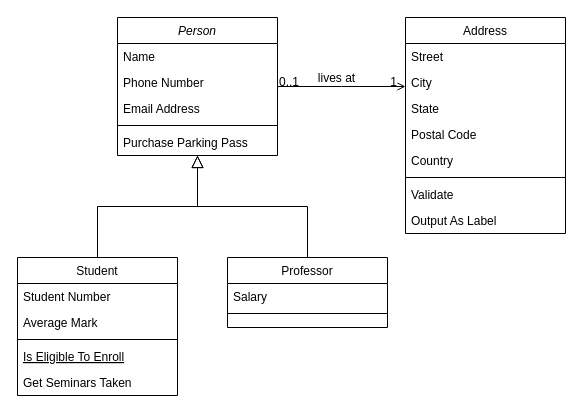
The draw.io diagram Untitled Diagram.drawio in FotieMConstant/dev-around, before the edit. Source tidied: cells renumbered, new cells numbered last; positions are measured from the earlier drawing's top-left corner, leaving out a move shared by most shapes. Both pictures are drawn from the tidied source at 100%, with x=0, y=0 at pixel (17, 17).
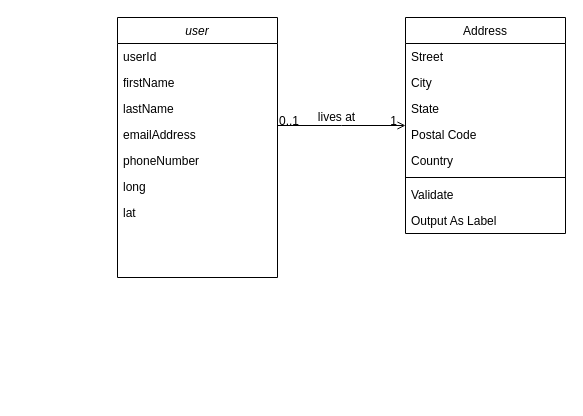
The same page after the edit.

Commit message:
dev-around Diagram.drawio

What changed in the source:
```diff
@@
-    <mxCell id="2" value="Person" style="swimlane;fontStyle=2;align=center;verticalAlign=top;horizontal=1;startSize=26;rounded=0;shadow=0;strokeWidth=1;" parent="1" vertex="1">
-      <mxGeometry x="100" width="160" height="138" as="geometry" />
+    <mxCell id="2" value="user" style="swimlane;fontStyle=2;align=center;verticalAlign=top;horizontal=1;startSize=26;rounded=0;shadow=0;strokeWidth=1;" parent="1" vertex="1">
+      <mxGeometry x="100" width="160" height="260" as="geometry" />
     </mxCell>
-    <mxCell id="3" value="Name" style="text;align=left;verticalAlign=top;spacingLeft=4;spacingRight=4;overflow=hidden;" parent="2" vertex="1">
+    <mxCell id="3" value="userId" style="text;align=left;verticalAlign=top;spacingLeft=4;spacingRight=4;overflow=hidden;" parent="2" vertex="1">
       <mxGeometry y="26" width="160" height="26" as="geometry" />
     </mxCell>
+    <mxCell id="32" value="firstName" style="text;align=left;verticalAlign=top;spacingLeft=4;spacingRight=4;overflow=hidden;" parent="2" vertex="1">
+      <mxGeometry y="52" width="160" height="26" as="geometry" />
+    </mxCell>
-    <mxCell id="4" value="Phone Number" style="text;align=left;verticalAlign=top;spacingLeft=4;spacingRight=4;overflow=hidden;rounded=0;shadow=0;html=0;" parent="2" vertex="1">
-      <mxGeometry y="52" width="160" height="26" as="geometry" />
+    <mxCell id="4" value="lastName" style="text;align=left;verticalAlign=top;spacingLeft=4;spacingRight=4;overflow=hidden;rounded=0;shadow=0;html=0;" parent="2" vertex="1">
+      <mxGeometry y="78" width="160" height="26" as="geometry" />
     </mxCell>
-    <mxCell id="5" value="Email Address" style="text;align=left;verticalAlign=top;spacingLeft=4;spacingRight=4;overflow=hidden;rounded=0;shadow=0;html=0;" parent="2" vertex="1">
-      <mxGeometry y="78" width="160" height="26" as="geometry" />
+    <mxCell id="5" value="emailAddress" style="text;align=left;verticalAlign=top;spacingLeft=4;spacingRight=4;overflow=hidden;rounded=0;shadow=0;html=0;" parent="2" vertex="1">
+      <mxGeometry y="104" width="160" height="26" as="geometry" />
     </mxCell>
-    <mxCell id="6" style="line;html=1;strokeWidth=1;align=left;verticalAlign=middle;spacingTop=-1;spacingLeft=3;spacingRight=3;labelPosition=right;" parent="2" vertex="1">
-      <mxGeometry y="104" width="160" height="8" as="geometry" />
-    </mxCell>
-    <mxCell id="7" value="Purchase Parking Pass" style="text;align=left;verticalAlign=top;spacingLeft=4;spacingRight=4;overflow=hidden;" parent="2" vertex="1">
-      <mxGeometry y="112" width="160" height="26" as="geometry" />
-    </mxCell>
-    <mxCell id="8" value="Student" style="swimlane;fontStyle=0;align=center;verticalAlign=top;horizontal=1;startSize=26;rounded=0;shadow=0;strokeWidth=1;" parent="1" vertex="1">
-      <mxGeometry y="240" width="160" height="138" as="geometry" />
-    </mxCell>
-    <mxCell id="9" value="Student Number" style="text;align=left;verticalAlign=top;spacingLeft=4;spacingRight=4;overflow=hidden;" parent="8" vertex="1">
-      <mxGeometry y="26" width="160" height="26" as="geometry" />
-    </mxCell>
-    <mxCell id="10" value="Average Mark" style="text;align=left;verticalAlign=top;spacingLeft=4;spacingRight=4;overflow=hidden;rounded=0;shadow=0;html=0;" parent="8" vertex="1">
-      <mxGeometry y="52" width="160" height="26" as="geometry" />
-    </mxCell>
-    <mxCell id="11" style="line;html=1;strokeWidth=1;align=left;verticalAlign=middle;spacingTop=-1;spacingLeft=3;spacingRight=3;labelPosition=right;" parent="8" vertex="1">
-      <mxGeometry y="78" width="160" height="8" as="geometry" />
-    </mxCell>
-    <mxCell id="12" value="Is Eligible To Enroll" style="text;align=left;verticalAlign=top;spacingLeft=4;spacingRight=4;overflow=hidden;fontStyle=4;" parent="8" vertex="1">
-      <mxGeometry y="86" width="160" height="26" as="geometry" />
-    </mxCell>
-    <mxCell id="13" value="Get Seminars Taken" style="text;align=left;verticalAlign=top;spacingLeft=4;spacingRight=4;overflow=hidden;" parent="8" vertex="1">
-      <mxGeometry y="112" width="160" height="26" as="geometry" />
-    </mxCell>
-    <mxCell id="14" style="endArrow=block;endSize=10;endFill=0;shadow=0;strokeWidth=1;rounded=0;edgeStyle=elbowEdgeStyle;elbow=vertical;" parent="1" edge="1" source="8" target="2">
-      <mxGeometry relative="1" as="geometry" />
-    </mxCell>
-    <mxCell id="15" value="Professor" style="swimlane;fontStyle=0;align=center;verticalAlign=top;horizontal=1;startSize=26;rounded=0;shadow=0;strokeWidth=1;" parent="1" vertex="1">
-      <mxGeometry x="210" y="240" width="160" height="70" as="geometry" />
-    </mxCell>
-    <mxCell id="16" value="Salary" style="text;align=left;verticalAlign=top;spacingLeft=4;spacingRight=4;overflow=hidden;" parent="15" vertex="1">
-      <mxGeometry y="26" width="160" height="26" as="geometry" />
-    </mxCell>
-    <mxCell id="17" style="line;html=1;strokeWidth=1;align=left;verticalAlign=middle;spacingTop=-1;spacingLeft=3;spacingRight=3;labelPosition=right;" parent="15" vertex="1">
-      <mxGeometry y="52" width="160" height="8" as="geometry" />
-    </mxCell>
-    <mxCell id="18" style="endArrow=block;endSize=10;endFill=0;shadow=0;strokeWidth=1;rounded=0;edgeStyle=elbowEdgeStyle;elbow=vertical;" parent="1" edge="1" source="15" target="2">
-      <mxGeometry relative="1" as="geometry" />
-    </mxCell>
+    <mxCell id="33" value="phoneNumber" style="text;align=left;verticalAlign=top;spacingLeft=4;spacingRight=4;overflow=hidden;rounded=0;shadow=0;html=0;" parent="2" vertex="1">
+      <mxGeometry y="130" width="160" height="26" as="geometry" />
+    </mxCell>
+    <mxCell id="34" value="long" style="text;align=left;verticalAlign=top;spacingLeft=4;spacingRight=4;overflow=hidden;rounded=0;shadow=0;html=0;" parent="2" vertex="1">
+      <mxGeometry y="156" width="160" height="26" as="geometry" />
+    </mxCell>
+    <mxCell id="35" value="lat" style="text;align=left;verticalAlign=top;spacingLeft=4;spacingRight=4;overflow=hidden;rounded=0;shadow=0;html=0;" parent="2" vertex="1">
+      <mxGeometry y="182" width="160" height="26" as="geometry" />
+    </mxCell>
```
